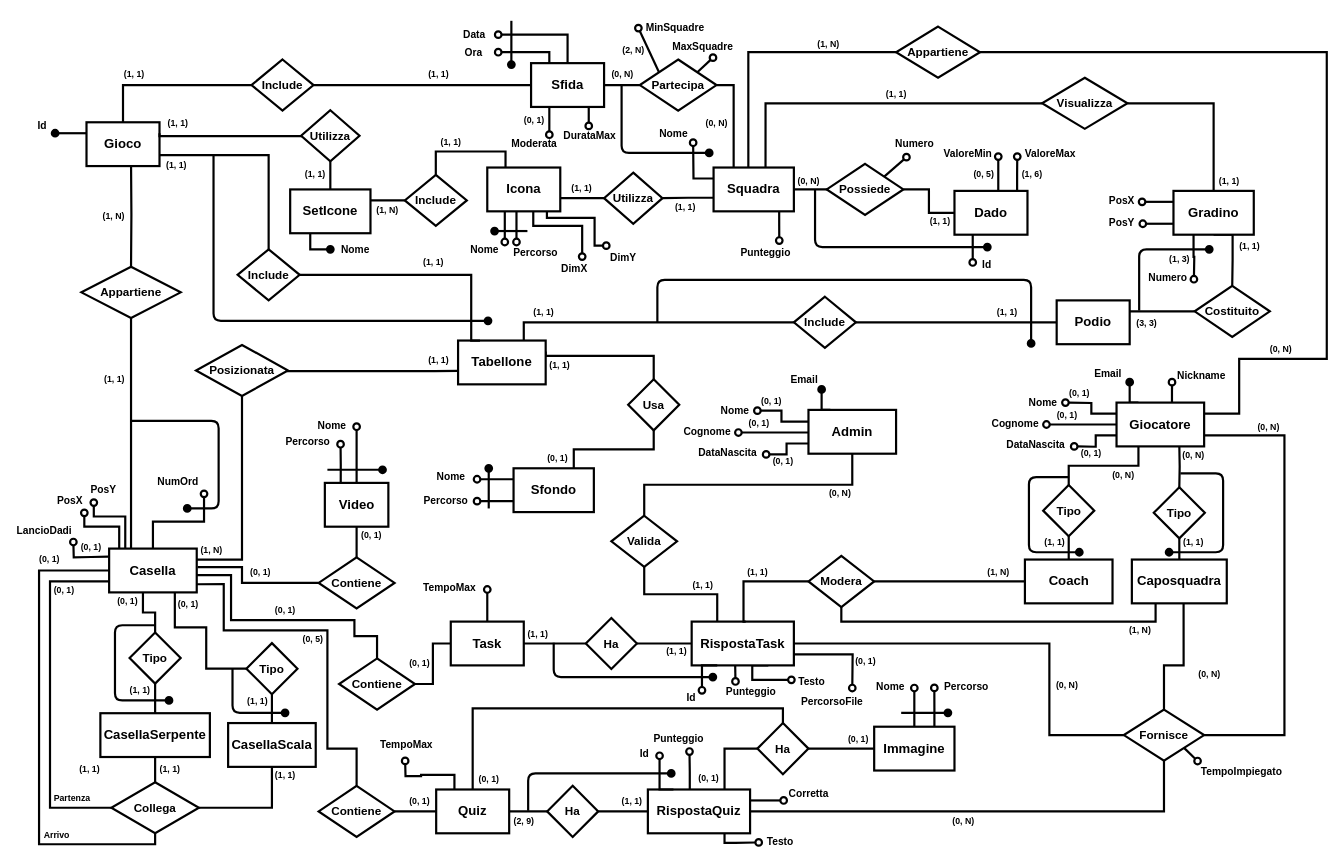
The draw.io diagram Progetto logico/Schema ER ristrutturato.drawio in lorenzobilli/BD-project, before the edit. Source tidied: cells renumbered, new cells numbered last; positions are measured from the earlier drawing's top-left corner, leaving out a move shared by most shapes. Both pictures are drawn from the tidied source at 73%, with x=0, y=0 at pixel (12, 20).
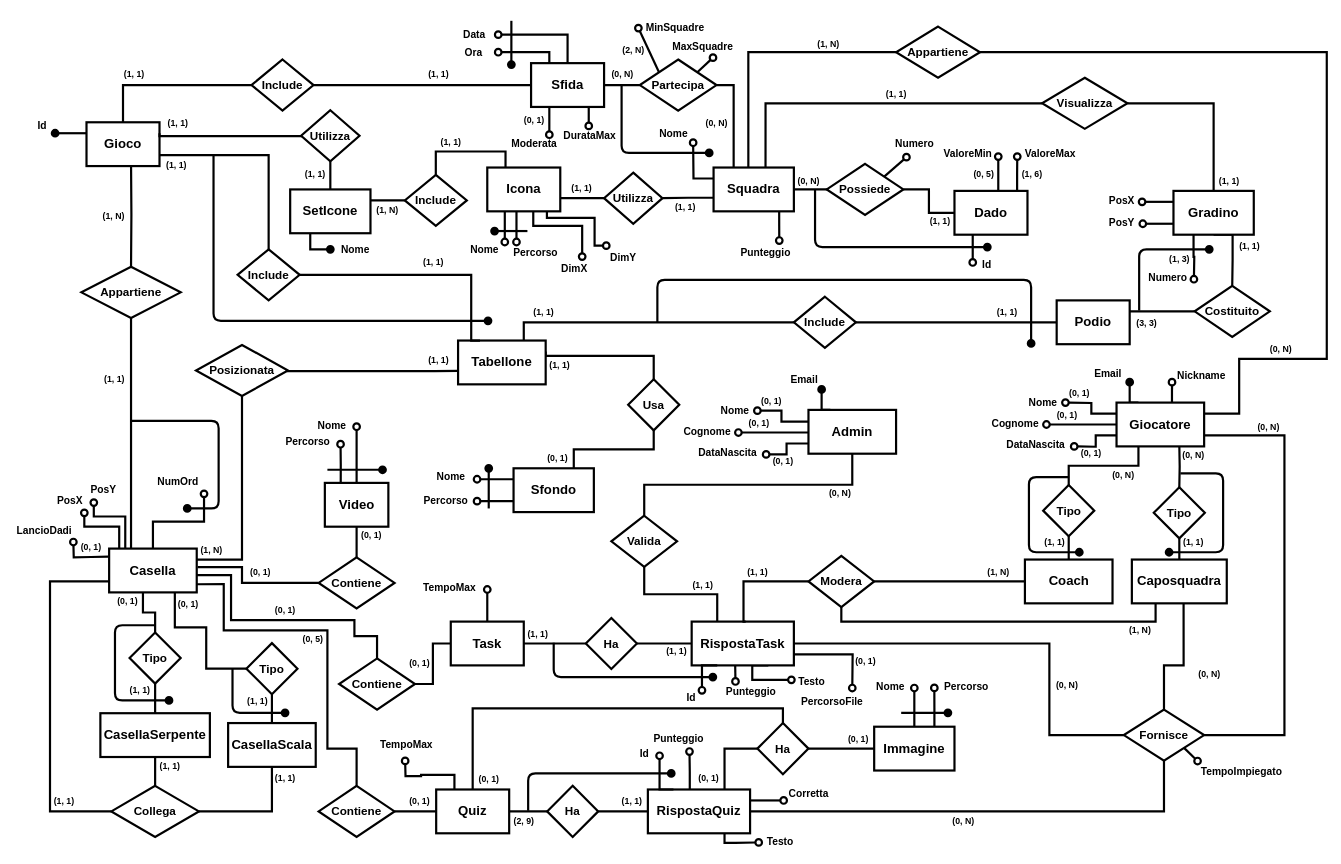
The same page after the edit.

The change refers to these unchanged cells:
```xml
<mxCell id="11" value="Casella" style="rounded=0;whiteSpace=wrap;html=1;strokeWidth=3;fontSize=18;shadow=0;fontStyle=1;" parent="1" vertex="1">
  <mxGeometry x="132" y="724" width="120" height="60" as="geometry" />
</mxCell>
```

Change to the diagram source:
```diff
@@
     <mxCell id="10" style="edgeStyle=orthogonalEdgeStyle;rounded=0;jettySize=auto;html=1;exitX=0;exitY=0.75;exitDx=0;exitDy=0;entryX=0;entryY=0.5;entryDx=0;entryDy=0;endArrow=none;endFill=0;strokeWidth=3;" parent="1" edge="1" source="11" target="156">
       <mxGeometry relative="1" as="geometry">
         <Array as="points">
           <mxPoint x="51" y="769" />
-          <mxPoint x="51" y="1079" />
+          <mxPoint x="51" y="1084" />
         </Array>
       </mxGeometry>
     </mxCell>
@@
-    <mxCell id="155" style="edgeStyle=orthogonalEdgeStyle;rounded=0;jettySize=auto;html=1;exitX=0.5;exitY=1;exitDx=0;exitDy=0;entryX=0;entryY=0.5;entryDx=0;entryDy=0;endArrow=none;endFill=0;strokeWidth=3;" parent="1" edge="1" source="156" target="11">
-      <mxGeometry relative="1" as="geometry">
-        <Array as="points">
-          <mxPoint x="195" y="1129" />
-          <mxPoint x="36" y="1129" />
-          <mxPoint x="36" y="754" />
-        </Array>
-      </mxGeometry>
-    </mxCell>
     <mxCell id="156" value="Collega" style="rhombus;whiteSpace=wrap;html=1;fontSize=16;strokeWidth=3;shadow=0;fontStyle=1;" parent="1" vertex="1">
-      <mxGeometry x="135" y="1044" width="120" height="70" as="geometry" />
+      <mxGeometry x="135" y="1049" width="120" height="70" as="geometry" />
     </mxCell>
@@
-    <mxCell id="272" value="&lt;font style=&quot;font-size: 12px&quot;&gt;&lt;b&gt;(0, 1)&lt;/b&gt;&lt;/font&gt;" style="text;html=1;align=center;verticalAlign=middle;strokeColor=none;fillColor=none;fontSize=14;" parent="1" vertex="1">
-      <mxGeometry x="51" y="770" width="38" height="22" as="geometry" />
-    </mxCell>
     <mxCell id="273" value="&lt;font style=&quot;font-size: 12px&quot;&gt;&lt;b&gt;(1, 1)&lt;/b&gt;&lt;/font&gt;" style="text;html=1;align=center;verticalAlign=middle;strokeColor=none;fillColor=none;fontSize=14;" parent="1" vertex="1">
-      <mxGeometry x="196" y="1014.5" width="38" height="22" as="geometry" />
+      <mxGeometry x="196" y="1009.5" width="38" height="22" as="geometry" />
     </mxCell>
     <mxCell id="274" value="&lt;font style=&quot;font-size: 12px&quot;&gt;&lt;b&gt;(1, 1)&lt;/b&gt;&lt;/font&gt;" style="text;html=1;align=center;verticalAlign=middle;strokeColor=none;fillColor=none;fontSize=14;" parent="1" vertex="1">
-      <mxGeometry x="354" y="1023" width="38" height="22" as="geometry" />
+      <mxGeometry x="354" y="1027" width="38" height="22" as="geometry" />
     </mxCell>
     <mxCell id="275" value="&lt;font style=&quot;font-size: 12px&quot;&gt;&lt;b&gt;(1, 1)&lt;/b&gt;&lt;/font&gt;" style="text;html=1;align=center;verticalAlign=middle;strokeColor=none;fillColor=none;fontSize=14;" parent="1" vertex="1">
-      <mxGeometry x="86" y="1014.5" width="38" height="22" as="geometry" />
+      <mxGeometry x="51" y="1059" width="38" height="22" as="geometry" />
     </mxCell>
-    <mxCell id="276" value="&lt;font style=&quot;font-size: 12px&quot;&gt;&lt;b&gt;Partenza&lt;/b&gt;&lt;/font&gt;" style="text;html=1;align=center;verticalAlign=middle;strokeColor=none;fillColor=none;fontSize=14;" parent="1" vertex="1">
-      <mxGeometry x="51" y="1054" width="60" height="22" as="geometry" />
-    </mxCell>
-    <mxCell id="277" value="&lt;font style=&quot;font-size: 12px&quot;&gt;&lt;b&gt;Arrivo&lt;/b&gt;&lt;/font&gt;" style="text;html=1;align=center;verticalAlign=middle;strokeColor=none;fillColor=none;fontSize=14;" parent="1" vertex="1">
-      <mxGeometry x="37" y="1105" width="46" height="22" as="geometry" />
-    </mxCell>
@@
-    <mxCell id="282" value="&lt;font style=&quot;font-size: 12px&quot;&gt;&lt;b&gt;(0, 1)&lt;/b&gt;&lt;/font&gt;" style="text;html=1;align=center;verticalAlign=middle;strokeColor=none;fillColor=none;fontSize=14;" parent="1" vertex="1">
-      <mxGeometry x="31" y="727" width="38" height="22" as="geometry" />
-    </mxCell>
```
